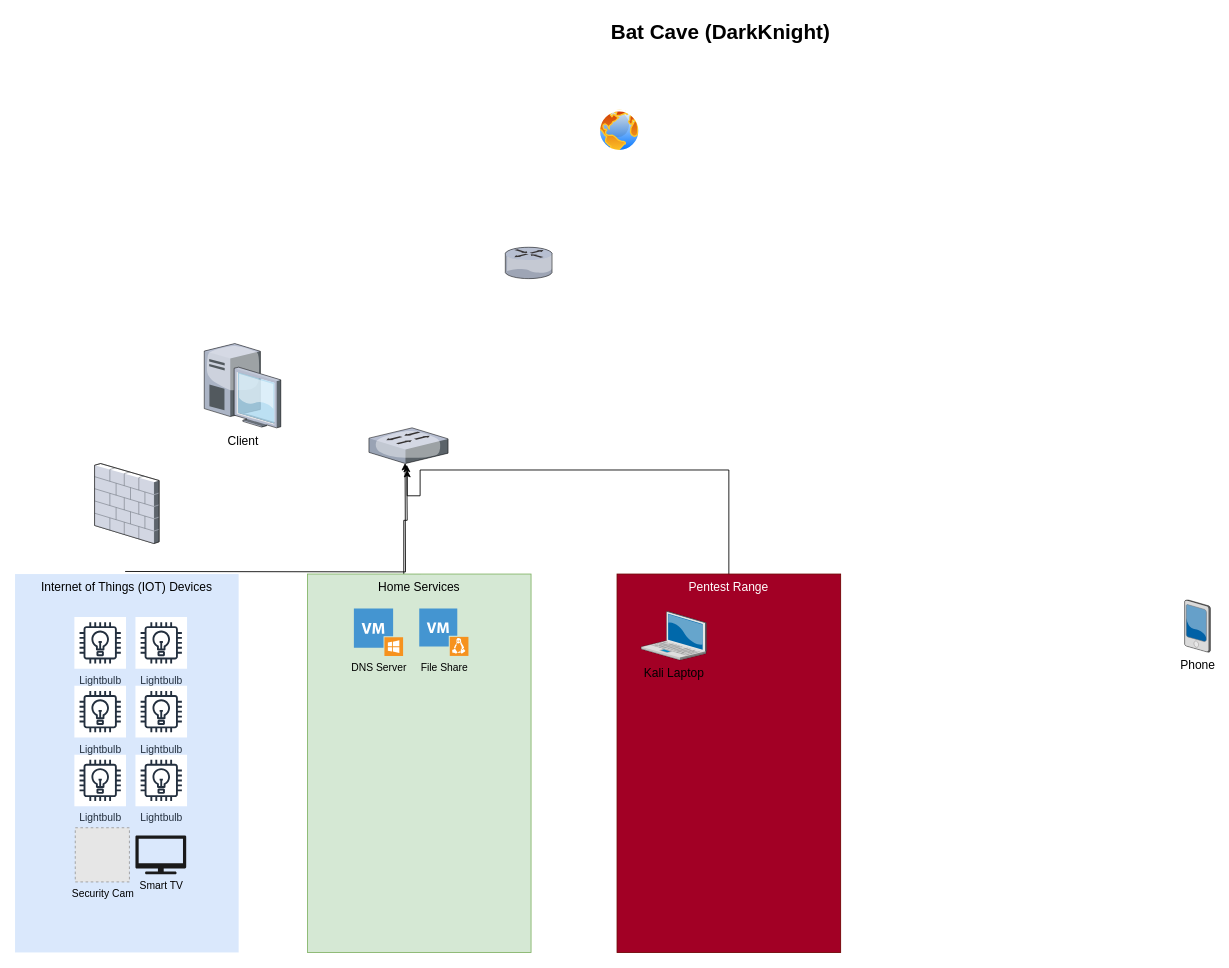
Earlier version of the draw.io diagram Untitled Diagram.drawio (rsmith2015/Home-Lab-Ideas). Source tidied: cells renumbered, new cells numbered last; positions are measured from the earlier drawing's top-left corner, leaving out a move shared by most shapes. Both pictures are drawn from the tidied source at 86%, with x=0, y=0 at pixel (15, 15). Pictures stored in the file or linked from it are replaced by grey dashed boxes.
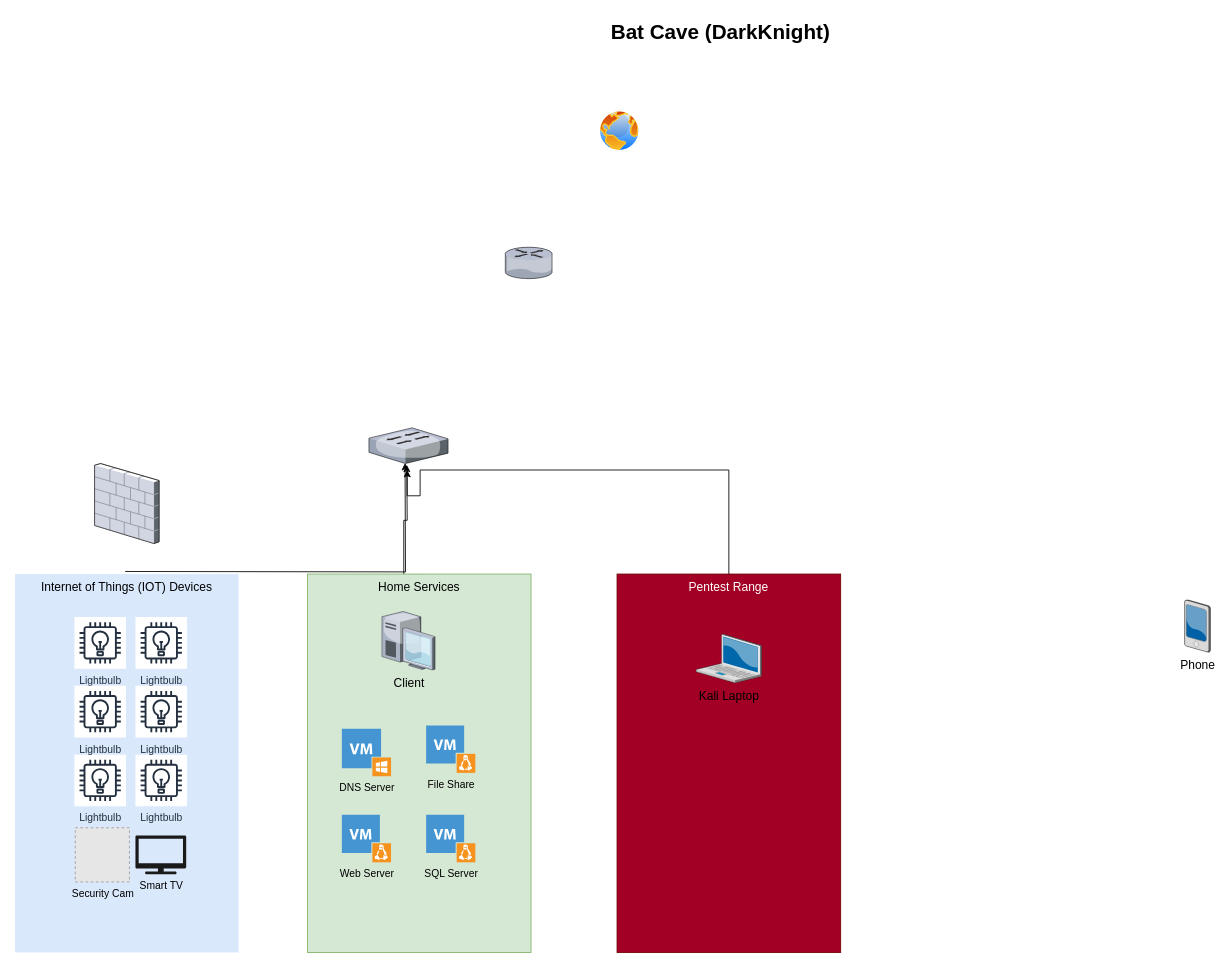
The same diagram, later.

Diff of the diagram source:
```diff
@@
     <mxCell id="5" value="Client" style="verticalLabelPosition=bottom;html=1;verticalAlign=top;strokeColor=none;shape=mxgraph.citrix.desktop;fillColor=#66B2FF;gradientColor=#0066CC;fontSize=14;" parent="1" vertex="1">
-      <mxGeometry x="220" y="382" width="89" height="98" as="geometry" />
+      <mxGeometry x="426.6" y="693.5" width="61.8" height="68" as="geometry" />
     </mxCell>
@@
     <mxCell id="11" value="File Share" style="shadow=0;dashed=0;html=1;strokeColor=none;fillColor=#4495D1;labelPosition=center;verticalLabelPosition=bottom;verticalAlign=top;align=center;shape=mxgraph.veeam.vm_linux;" parent="1" vertex="1">
-      <mxGeometry x="470" y="690" width="57.2" height="55.2" as="geometry" />
+      <mxGeometry x="478" y="826" width="57.2" height="55.2" as="geometry" />
     </mxCell>
     <mxCell id="12" value="DNS Server" style="shadow=0;dashed=0;html=1;strokeColor=none;fillColor=#4495D1;labelPosition=center;verticalLabelPosition=bottom;verticalAlign=top;align=center;shape=mxgraph.veeam.vm_windows;" parent="1" vertex="1">
-      <mxGeometry x="394" y="690" width="57.2" height="55.2" as="geometry" />
+      <mxGeometry x="380" y="830" width="57.2" height="55.2" as="geometry" />
     </mxCell>
@@
     <mxCell id="22" value="Kali Laptop" style="verticalLabelPosition=bottom;html=1;verticalAlign=top;strokeColor=none;shape=mxgraph.citrix.laptop_2;fillColor=#66B2FF;gradientColor=#0066CC;fontSize=14;" parent="1" vertex="1">
-      <mxGeometry x="728" y="693.5" width="75.8" height="56.5" as="geometry" />
+      <mxGeometry x="792.1" y="720" width="75.8" height="56.5" as="geometry" />
     </mxCell>
@@
+    <mxCell id="26" value="Web Server" style="shadow=0;dashed=0;html=1;strokeColor=none;fillColor=#4495D1;labelPosition=center;verticalLabelPosition=bottom;verticalAlign=top;align=center;shape=mxgraph.veeam.vm_linux;" parent="1" vertex="1">
+      <mxGeometry x="380" y="930" width="57.2" height="55.2" as="geometry" />
+    </mxCell>
+    <mxCell id="27" value="SQL Server" style="shadow=0;dashed=0;html=1;strokeColor=none;fillColor=#4495D1;labelPosition=center;verticalLabelPosition=bottom;verticalAlign=top;align=center;shape=mxgraph.veeam.vm_linux;" parent="1" vertex="1">
+      <mxGeometry x="478" y="930" width="57.2" height="55.2" as="geometry" />
+    </mxCell>
```
